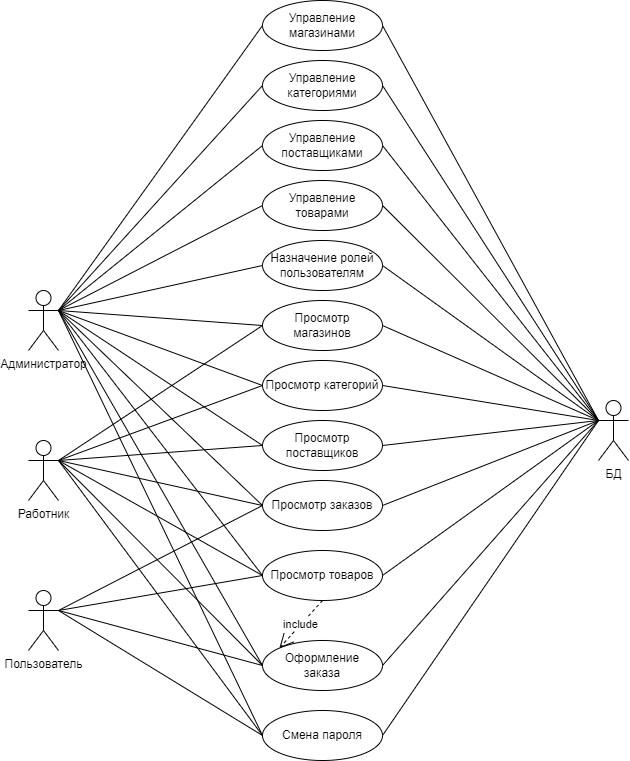
Above: Use-Case строит_магазин.drawio.png in darmu3/ConstructionStoreDocuments (draw.io), before the change. Source tidied: cells renumbered, new cells last; positions are measured from the earlier drawing's top-left corner, leaving out a move shared by most shapes.
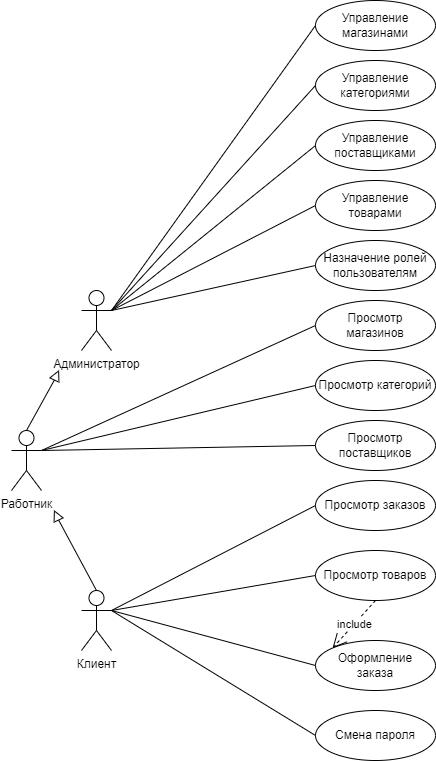
After the change.

Change to the diagram source:
```diff
@@ -6,9 +6,9 @@
       <mxGeometry y="290" width="30" height="60" as="geometry" />
     </mxCell>
     <mxCell id="3" value="Работник" style="shape=umlActor;verticalLabelPosition=bottom;verticalAlign=top;html=1;outlineConnect=0;" parent="1" vertex="1">
-      <mxGeometry y="440" width="30" height="60" as="geometry" />
+      <mxGeometry x="-70" y="430" width="30" height="60" as="geometry" />
     </mxCell>
-    <mxCell id="4" value="Пользователь" style="shape=umlActor;verticalLabelPosition=bottom;verticalAlign=top;html=1;outlineConnect=0;" parent="1" vertex="1">
+    <mxCell id="4" value="Клиент" style="shape=umlActor;verticalLabelPosition=bottom;verticalAlign=top;html=1;outlineConnect=0;" parent="1" vertex="1">
       <mxGeometry y="590" width="30" height="60" as="geometry" />
     </mxCell>
     <mxCell id="5" value="Просмотр товаров" style="ellipse;whiteSpace=wrap;html=1;" parent="1" vertex="1">
@@ -60,71 +60,18 @@
         <mxPoint x="30" y="610" as="sourcePoint" />
       </mxGeometry>
     </mxCell>
-    <mxCell id="20" style="endArrow=none;html=1;rounded=0;exitX=1;exitY=0.3333333333333333;exitDx=0;exitDy=0;exitPerimeter=0;entryX=0;entryY=0.5;entryDx=0;entryDy=0;" parent="1" edge="1" source="3" target="5">
-      <mxGeometry relative="1" as="geometry" />
-    </mxCell>
-    <mxCell id="21" style="endArrow=none;html=1;rounded=0;entryX=0;entryY=0.5;entryDx=0;entryDy=0;" parent="1" edge="1" target="13">
-      <mxGeometry relative="1" as="geometry">
-        <mxPoint x="30" y="460" as="sourcePoint" />
-      </mxGeometry>
-    </mxCell>
     <mxCell id="22" style="endArrow=none;html=1;rounded=0;exitX=1;exitY=0.3333333333333333;exitDx=0;exitDy=0;exitPerimeter=0;entryX=0;entryY=0.5;entryDx=0;entryDy=0;" parent="1" edge="1" source="4" target="13">
       <mxGeometry relative="1" as="geometry" />
     </mxCell>
-    <mxCell id="23" style="endArrow=none;html=1;rounded=0;entryX=0;entryY=0.5;entryDx=0;entryDy=0;" parent="1" edge="1" target="16">
-      <mxGeometry relative="1" as="geometry">
-        <mxPoint x="30" y="460" as="sourcePoint" />
-      </mxGeometry>
-    </mxCell>
-    <mxCell id="24" style="endArrow=none;html=1;rounded=0;entryX=0;entryY=0.5;entryDx=0;entryDy=0;" parent="1" edge="1" target="7">
-      <mxGeometry relative="1" as="geometry">
-        <mxPoint x="30" y="460" as="sourcePoint" />
-      </mxGeometry>
+    <mxCell id="24" style="endArrow=none;html=1;rounded=0;entryX=0;entryY=0.5;entryDx=0;entryDy=0;exitX=1;exitY=0.3333333333333333;exitDx=0;exitDy=0;exitPerimeter=0;" parent="1" edge="1" source="3" target="7">
+      <mxGeometry relative="1" as="geometry" />
     </mxCell>
     <mxCell id="25" style="endArrow=none;html=1;rounded=0;exitX=1;exitY=0.3333333333333333;exitDx=0;exitDy=0;exitPerimeter=0;entryX=0;entryY=0.5;entryDx=0;entryDy=0;" parent="1" edge="1" source="3" target="9">
       <mxGeometry relative="1" as="geometry" />
     </mxCell>
-    <mxCell id="26" style="endArrow=none;html=1;rounded=0;entryX=0;entryY=0.5;entryDx=0;entryDy=0;" parent="1" edge="1" target="11">
-      <mxGeometry relative="1" as="geometry">
-        <mxPoint x="30" y="460" as="sourcePoint" />
-      </mxGeometry>
+    <mxCell id="26" style="endArrow=none;html=1;rounded=0;entryX=0;entryY=0.5;entryDx=0;entryDy=0;exitX=1;exitY=0.3333333333333333;exitDx=0;exitDy=0;exitPerimeter=0;" parent="1" edge="1" source="3" target="11">
+      <mxGeometry relative="1" as="geometry" />
     </mxCell>
-    <mxCell id="27" style="endArrow=none;html=1;rounded=0;exitX=1;exitY=0.3333333333333333;exitDx=0;exitDy=0;exitPerimeter=0;entryX=0;entryY=0.5;entryDx=0;entryDy=0;" parent="1" edge="1" source="2" target="11">
-      <mxGeometry relative="1" as="geometry" />
-    </mxCell>
-    <mxCell id="28" style="endArrow=none;html=1;rounded=0;entryX=0;entryY=0.5;entryDx=0;entryDy=0;" parent="1" edge="1" target="9">
-      <mxGeometry relative="1" as="geometry">
-        <mxPoint x="30" y="310" as="sourcePoint" />
-      </mxGeometry>
-    </mxCell>
-    <mxCell id="29" style="endArrow=none;html=1;rounded=0;entryX=0;entryY=0.5;entryDx=0;entryDy=0;" parent="1" edge="1" target="7">
-      <mxGeometry relative="1" as="geometry">
-        <mxPoint x="30" y="310" as="sourcePoint" />
-      </mxGeometry>
-    </mxCell>
-    <mxCell id="30" style="endArrow=none;html=1;rounded=0;entryX=0;entryY=0.5;entryDx=0;entryDy=0;" parent="1" edge="1" target="5">
-      <mxGeometry relative="1" as="geometry">
-        <mxPoint x="30" y="310" as="sourcePoint" />
-      </mxGeometry>
-    </mxCell>
-    <mxCell id="31" style="endArrow=none;html=1;rounded=0;entryX=0;entryY=0.5;entryDx=0;entryDy=0;" parent="1" edge="1" target="13">
-      <mxGeometry relative="1" as="geometry">
-        <mxPoint x="30" y="310" as="sourcePoint" />
-      </mxGeometry>
-    </mxCell>
-    <mxCell id="32" style="endArrow=none;html=1;rounded=0;entryX=0;entryY=0.5;entryDx=0;entryDy=0;" parent="1" edge="1" target="16">
-      <mxGeometry relative="1" as="geometry">
-        <mxPoint x="30" y="310" as="sourcePoint" />
-      </mxGeometry>
-    </mxCell>
-    <mxCell id="33" style="endArrow=none;html=1;rounded=0;entryX=0;entryY=0.5;entryDx=0;entryDy=0;" parent="1" edge="1" target="14">
-      <mxGeometry relative="1" as="geometry">
-        <mxPoint x="30" y="460" as="sourcePoint" />
-      </mxGeometry>
-    </mxCell>
-    <mxCell id="34" style="endArrow=none;html=1;rounded=0;exitX=1;exitY=0.3333333333333333;exitDx=0;exitDy=0;exitPerimeter=0;entryX=0;entryY=0.5;entryDx=0;entryDy=0;" parent="1" edge="1" source="2" target="14">
-      <mxGeometry relative="1" as="geometry" />
-    </mxCell>
     <mxCell id="35" style="endArrow=none;html=1;rounded=0;entryX=0;entryY=0.5;entryDx=0;entryDy=0;" parent="1" edge="1" target="15">
       <mxGeometry relative="1" as="geometry">
         <mxPoint x="30" y="310" as="sourcePoint" />
@@ -153,46 +100,17 @@
     <mxCell id="40" value="include" style="endArrow=open;endSize=12;dashed=1;html=1;rounded=0;exitX=0.5;exitY=1;exitDx=0;exitDy=0;entryX=0;entryY=0;entryDx=0;entryDy=0;" parent="1" edge="1" source="5" target="13">
       <mxGeometry relative="1" as="geometry" />
     </mxCell>
-    <mxCell id="41" value="БД" style="shape=umlActor;verticalLabelPosition=bottom;verticalAlign=top;html=1;outlineConnect=0;" parent="1" vertex="1">
-      <mxGeometry x="570" y="400" width="30" height="60" as="geometry" />
-    </mxCell>
-    <mxCell id="42" style="endArrow=none;html=1;rounded=0;entryX=0;entryY=0.3333333333333333;entryDx=0;entryDy=0;entryPerimeter=0;exitX=1;exitY=0.5;exitDx=0;exitDy=0;" parent="1" edge="1" source="12" target="41">
-      <mxGeometry relative="1" as="geometry" />
-    </mxCell>
-    <mxCell id="43" style="endArrow=none;html=1;rounded=0;entryX=0;entryY=0.3333333333333333;entryDx=0;entryDy=0;entryPerimeter=0;exitX=1;exitY=0.5;exitDx=0;exitDy=0;" parent="1" edge="1" source="10" target="41">
-      <mxGeometry relative="1" as="geometry" />
-    </mxCell>
-    <mxCell id="44" style="endArrow=none;html=1;rounded=0;exitX=1;exitY=0.5;exitDx=0;exitDy=0;entryX=0;entryY=0.3333333333333333;entryDx=0;entryDy=0;entryPerimeter=0;" parent="1" edge="1" source="8" target="41">
-      <mxGeometry relative="1" as="geometry" />
-    </mxCell>
-    <mxCell id="45" style="endArrow=none;html=1;rounded=0;exitX=1;exitY=0.5;exitDx=0;exitDy=0;entryX=0;entryY=0.3333333333333333;entryDx=0;entryDy=0;entryPerimeter=0;" parent="1" edge="1" source="6" target="41">
-      <mxGeometry relative="1" as="geometry" />
-    </mxCell>
-    <mxCell id="46" style="endArrow=none;html=1;rounded=0;entryX=0;entryY=0.3333333333333333;entryDx=0;entryDy=0;entryPerimeter=0;exitX=1;exitY=0.5;exitDx=0;exitDy=0;" parent="1" edge="1" source="15" target="41">
-      <mxGeometry relative="1" as="geometry" />
-    </mxCell>
-    <mxCell id="47" style="endArrow=none;html=1;rounded=0;exitX=1;exitY=0.5;exitDx=0;exitDy=0;entryX=0;entryY=0.3333333333333333;entryDx=0;entryDy=0;entryPerimeter=0;" parent="1" edge="1" source="11" target="41">
-      <mxGeometry relative="1" as="geometry" />
-    </mxCell>
-    <mxCell id="48" style="endArrow=none;html=1;rounded=0;exitX=1;exitY=0.5;exitDx=0;exitDy=0;entryX=0;entryY=0.3333333333333333;entryDx=0;entryDy=0;entryPerimeter=0;" parent="1" edge="1" source="9" target="41">
-      <mxGeometry relative="1" as="geometry" />
-    </mxCell>
-    <mxCell id="49" style="endArrow=none;html=1;rounded=0;entryX=0;entryY=0.3333333333333333;entryDx=0;entryDy=0;entryPerimeter=0;exitX=1;exitY=0.5;exitDx=0;exitDy=0;" parent="1" edge="1" source="7" target="41">
-      <mxGeometry relative="1" as="geometry" />
-    </mxCell>
-    <mxCell id="50" style="endArrow=none;html=1;rounded=0;entryX=0;entryY=0.3333333333333333;entryDx=0;entryDy=0;entryPerimeter=0;exitX=1;exitY=0.5;exitDx=0;exitDy=0;" parent="1" edge="1" source="14" target="41">
-      <mxGeometry relative="1" as="geometry" />
-    </mxCell>
-    <mxCell id="51" style="endArrow=none;html=1;rounded=0;exitX=1;exitY=0.5;exitDx=0;exitDy=0;" parent="1" edge="1" source="5">
-      <mxGeometry relative="1" as="geometry">
-        <mxPoint x="570" y="420" as="targetPoint" />
-      </mxGeometry>
-    </mxCell>
-    <mxCell id="52" style="endArrow=none;html=1;rounded=0;entryX=0;entryY=0.3333333333333333;entryDx=0;entryDy=0;entryPerimeter=0;exitX=1;exitY=0.5;exitDx=0;exitDy=0;" parent="1" edge="1" source="13" target="41">
-      <mxGeometry relative="1" as="geometry" />
-    </mxCell>
-    <mxCell id="53" style="endArrow=none;html=1;rounded=0;entryX=0;entryY=0.3333333333333333;entryDx=0;entryDy=0;entryPerimeter=0;exitX=1;exitY=0.5;exitDx=0;exitDy=0;" parent="1" edge="1" source="16" target="41">
-      <mxGeometry relative="1" as="geometry" />
-    </mxCell>
+    <mxCell id="54" style="endArrow=none;html=1;rounded=0;exitX=0.5;exitY=0;exitDx=0;exitDy=0;exitPerimeter=0;entryX=0;entryY=0.5;entryDx=0;entryDy=0;" parent="1" edge="1" source="4" target="55">
+      <mxGeometry relative="1" as="geometry" />
+    </mxCell>
+    <mxCell id="55" style="triangle;whiteSpace=wrap;html=1;direction=north;rotation=-25;" parent="1" vertex="1">
+      <mxGeometry x="-30" y="510" width="10" height="10" as="geometry" />
+    </mxCell>
+    <mxCell id="56" style="endArrow=none;html=1;rounded=0;exitX=0.5;exitY=0;exitDx=0;exitDy=0;exitPerimeter=0;entryX=0;entryY=0.5;entryDx=0;entryDy=0;" parent="1" edge="1" source="3" target="57">
+      <mxGeometry relative="1" as="geometry" />
+    </mxCell>
+    <mxCell id="57" style="triangle;whiteSpace=wrap;html=1;direction=north;rotation=25;" parent="1" vertex="1">
+      <mxGeometry x="-30" y="370" width="10" height="10" as="geometry" />
+    </mxCell>
   </root>
 </mxGraphModel>
```
